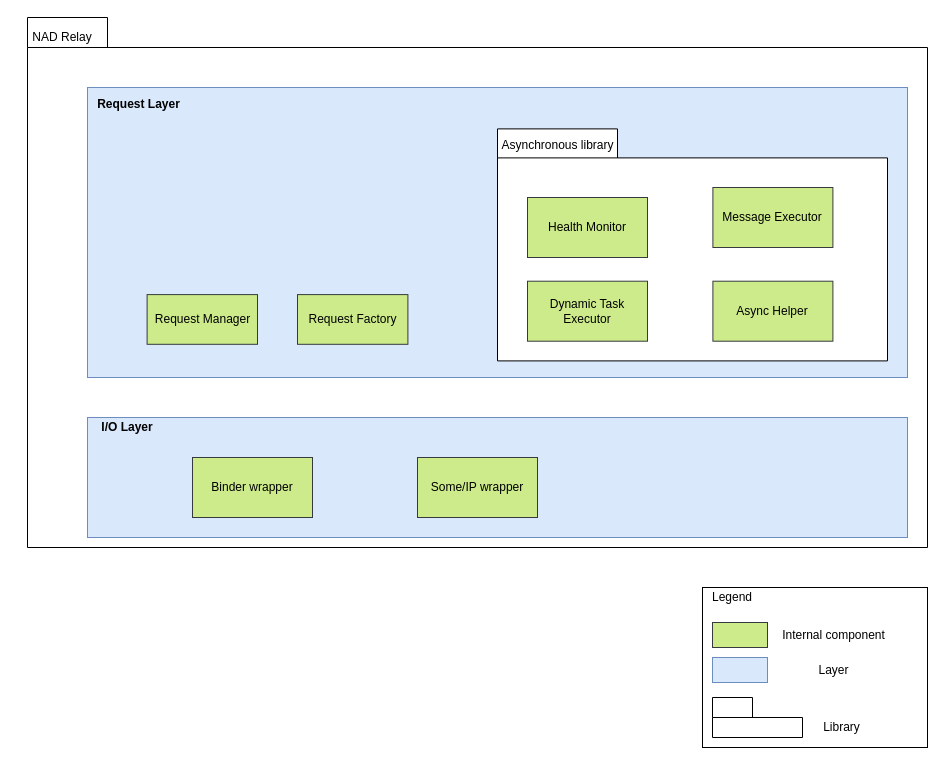
Earlier version of the draw.io diagram page "static" (1 of 7) of doc/SA cert/Design/nadproxy.drawio (taikt/codefun). Source tidied: cells renumbered, new cells numbered last; positions are measured from the earlier drawing's top-left corner, leaving out a move shared by most shapes. Both pictures are drawn from the tidied source at 100%, with x=0, y=0 at pixel (17, 17).
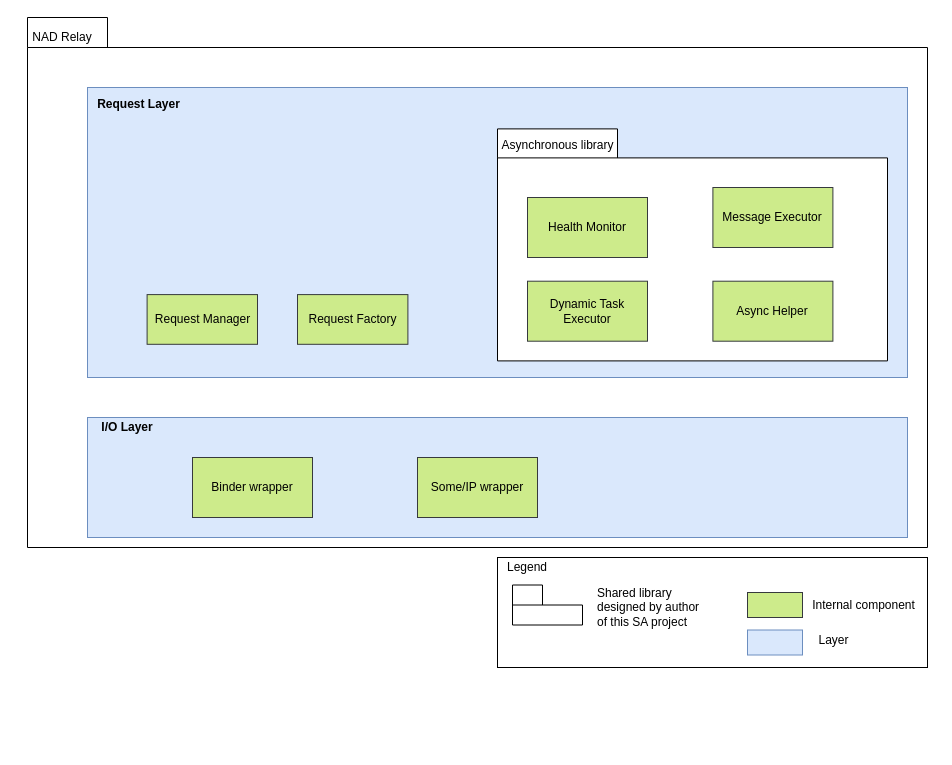
The same page after the edit.

Diff of the diagram source:
```diff
@@
-    <mxCell id="21" style="rounded=0;whiteSpace=wrap;html=1;" parent="1" vertex="1">
-      <mxGeometry x="685" y="570" width="225" height="160" as="geometry" />
-    </mxCell>
+    <mxCell id="29" style="rounded=0;whiteSpace=wrap;html=1;" parent="1" vertex="1">
+      <mxGeometry x="480" y="540" width="430" height="110" as="geometry" />
+    </mxCell>
     <mxCell id="22" value="Legend" style="text;html=1;strokeColor=none;fillColor=none;align=center;verticalAlign=middle;whiteSpace=wrap;rounded=0;" parent="1" vertex="1">
-      <mxGeometry x="695" y="570" width="40" height="20" as="geometry" />
+      <mxGeometry x="490" y="540" width="40" height="20" as="geometry" />
     </mxCell>
-    <mxCell id="23" style="html=1;fillColor=#cdeb8b;strokeColor=#36393d;" parent="1" vertex="1">
-      <mxGeometry x="695" y="605" width="55" height="25" as="geometry" />
-    </mxCell>
+    <mxCell id="30" style="html=1;fillColor=#cdeb8b;strokeColor=#36393d;" parent="1" vertex="1">
+      <mxGeometry x="730" y="575" width="55" height="25" as="geometry" />
+    </mxCell>
     <mxCell id="24" value="Internal component" style="text;html=1;strokeColor=none;fillColor=none;align=center;verticalAlign=middle;whiteSpace=wrap;rounded=0;" parent="1" vertex="1">
-      <mxGeometry x="760" y="607.5" width="112.5" height="20" as="geometry" />
+      <mxGeometry x="790" y="577.5" width="112.5" height="20" as="geometry" />
     </mxCell>
-    <mxCell id="25" style="html=1;fillColor=#dae8fc;strokeColor=#6c8ebf;" parent="1" vertex="1">
-      <mxGeometry x="695" y="640" width="55" height="25" as="geometry" />
-    </mxCell>
+    <mxCell id="31" style="html=1;fillColor=#dae8fc;strokeColor=#6c8ebf;" parent="1" vertex="1">
+      <mxGeometry x="730" y="612.5" width="55" height="25" as="geometry" />
+    </mxCell>
     <mxCell id="26" value="Layer" style="text;html=1;strokeColor=none;fillColor=none;align=center;verticalAlign=middle;whiteSpace=wrap;rounded=0;" parent="1" vertex="1">
-      <mxGeometry x="760" y="642.5" width="112.5" height="20" as="geometry" />
+      <mxGeometry x="760" y="612.5" width="112.5" height="20" as="geometry" />
     </mxCell>
-    <mxCell id="27" style="shape=folder;fontStyle=1;tabWidth=40;tabHeight=20;tabPosition=left;html=1;boundedLbl=1;" parent="1" vertex="1">
-      <mxGeometry x="695" y="680" width="90" height="40" as="geometry" />
-    </mxCell>
-    <mxCell id="28" value="Library" style="text;html=1;strokeColor=none;fillColor=none;align=center;verticalAlign=middle;whiteSpace=wrap;rounded=0;" parent="1" vertex="1">
-      <mxGeometry x="767.5" y="700" width="112.5" height="20" as="geometry" />
-    </mxCell>
+    <mxCell id="32" style="shape=folder;fontStyle=1;tabWidth=30;tabHeight=20;tabPosition=left;html=1;boundedLbl=1;" parent="1" vertex="1">
+      <mxGeometry x="495" y="567.5" width="70" height="40" as="geometry" />
+    </mxCell>
+    <mxCell id="33" value="Shared library designed by author of this SA project" style="text;html=1;strokeColor=none;fillColor=none;align=left;verticalAlign=middle;whiteSpace=wrap;rounded=0;" parent="1" vertex="1">
+      <mxGeometry x="577.5" y="580" width="112.5" height="20" as="geometry" />
+    </mxCell>
```
